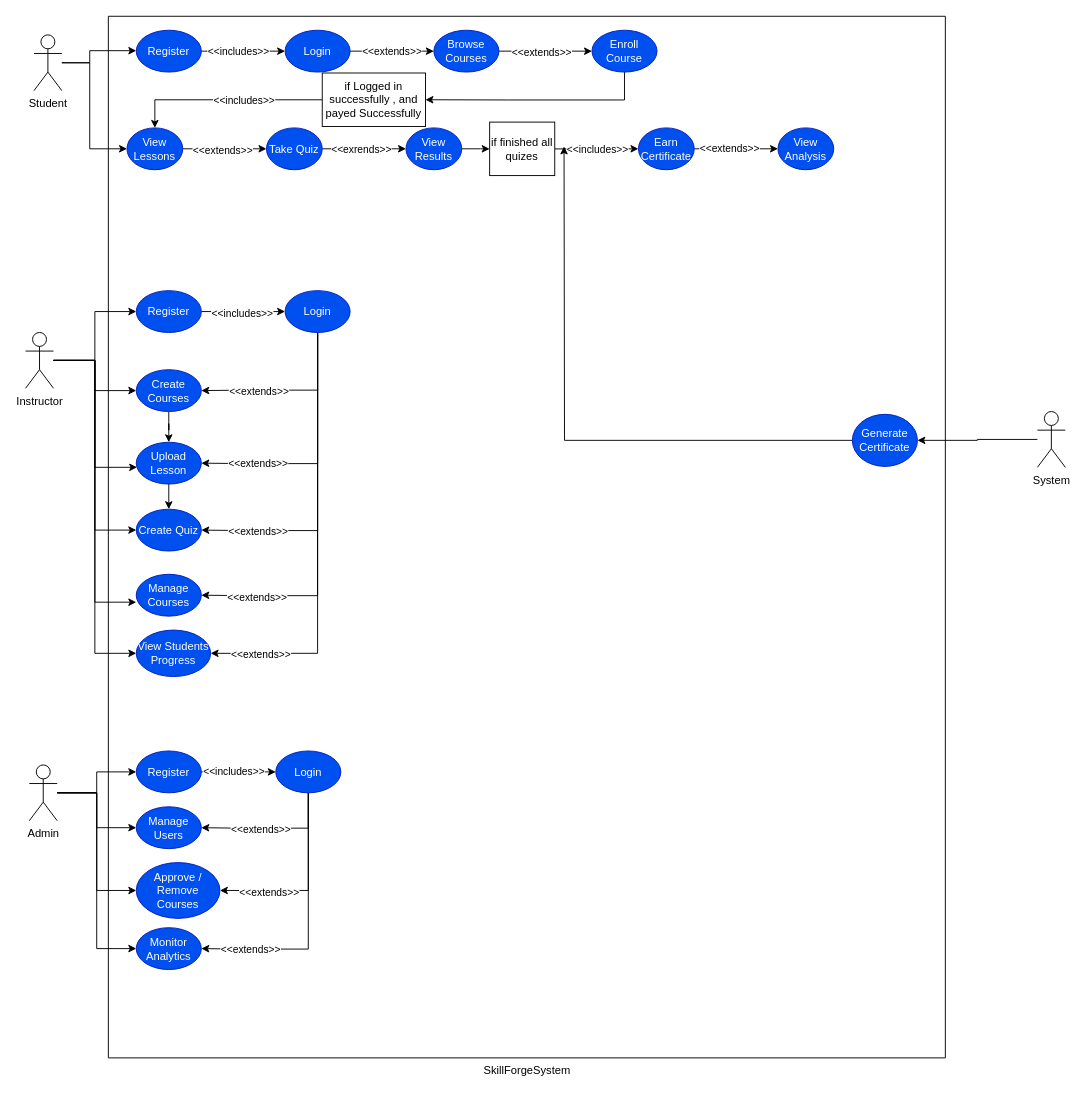
Before: UseCase_Diagram/UseCase.drawio in 23010477/Lab6_SkillForge, a draw.io diagram. Source tidied: cells renumbered, new cells numbered last; positions are measured from the earlier drawing's top-left corner, leaving out a move shared by most shapes. Both pictures are drawn from the tidied source at 93%, with x=0, y=0 at pixel (25, 16).
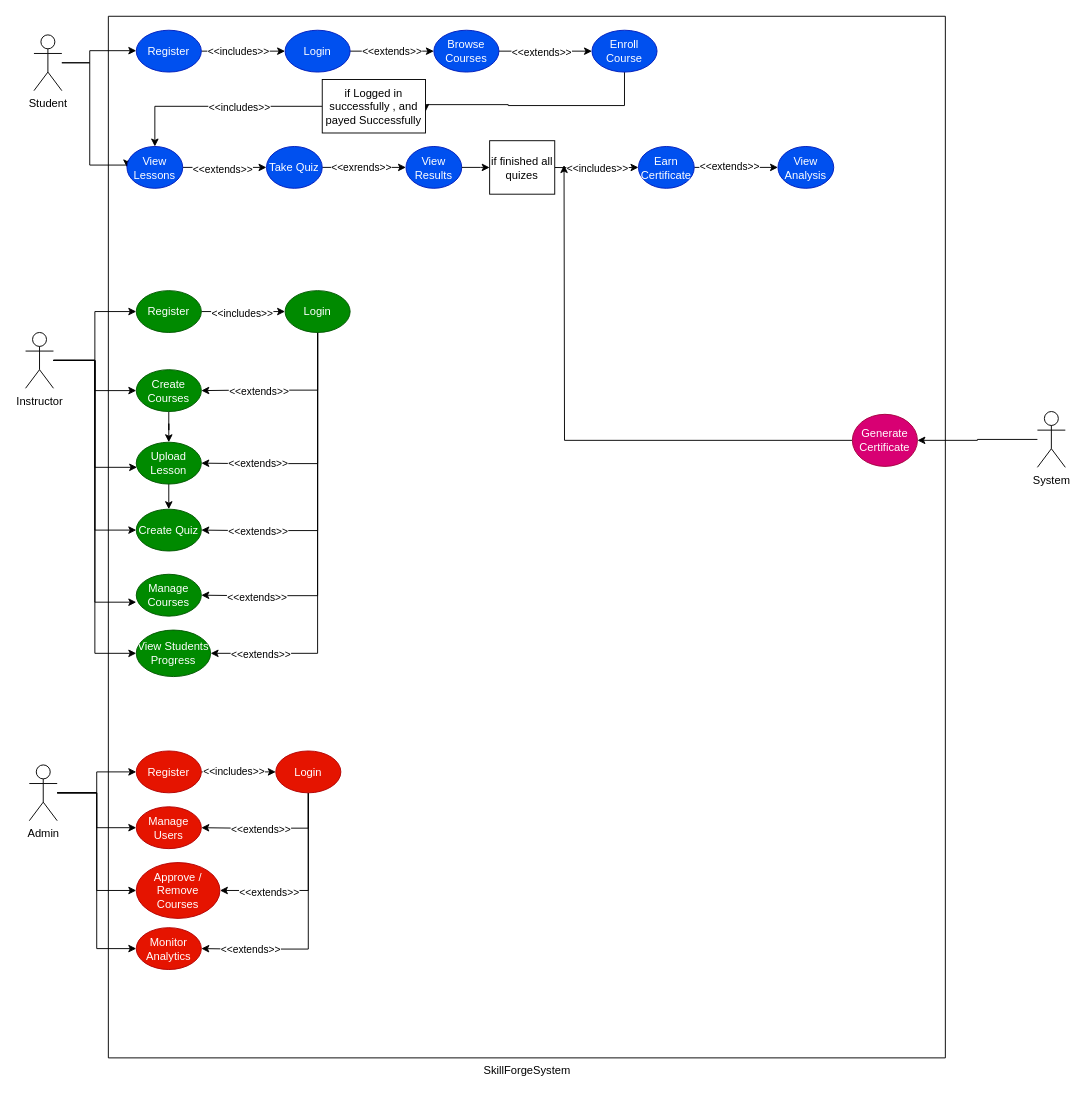
Above is the later version.

The change refers to these unchanged cells:
```xml
<mxCell id="5" value="Student" style="shape=umlActor;verticalLabelPosition=bottom;verticalAlign=top;html=1;" parent="1" vertex="1">
  <mxGeometry x="9" y="20" width="30" height="60" as="geometry" />
</mxCell>
<mxCell id="28" value="Enroll Course" style="ellipse;whiteSpace=wrap;html=1;fillColor=#0050ef;fontColor=#ffffff;strokeColor=#001DBC;" parent="1" vertex="1">
  <mxGeometry x="609" y="15" width="70" height="45" as="geometry" />
</mxCell>
```

Change to the diagram source:
```diff
@@
     <mxCell id="4" style="edgeStyle=orthogonalEdgeStyle;rounded=0;jettySize=auto;html=1;entryX=0;entryY=0.5;entryDx=0;entryDy=0;" parent="1" edge="1" source="5" target="31">
       <mxGeometry relative="1" as="geometry">
         <Array as="points">
           <mxPoint x="69" y="50" />
-          <mxPoint x="69" y="143" />
+          <mxPoint x="69" y="160" />
+          <mxPoint x="109" y="160" />
         </Array>
       </mxGeometry>
     </mxCell>
@@
-    <mxCell id="27" style="edgeStyle=orthogonalEdgeStyle;rounded=0;jettySize=auto;html=1;entryX=1;entryY=0.5;entryDx=0;entryDy=0;" parent="1" edge="1" source="28" target="46">
+    <mxCell id="27" style="edgeStyle=orthogonalEdgeStyle;rounded=0;jettySize=auto;html=1;entryX=1;entryY=0.5;entryDx=0;entryDy=0;exitX=0.5;exitY=1;exitDx=0;exitDy=0;" parent="1" edge="1" source="28">
       <mxGeometry relative="1" as="geometry">
+        <mxPoint x="430" y="102.8" as="targetPoint" />
         <Array as="points">
-          <mxPoint x="644" y="90" />
-          <mxPoint x="519" y="90" />
-          <mxPoint x="519" y="89" />
+          <mxPoint x="644" y="96" />
+          <mxPoint x="519" y="96" />
+          <mxPoint x="430" y="95" />
         </Array>
       </mxGeometry>
     </mxCell>
@@
     <mxCell id="31" value="View Lessons" style="ellipse;whiteSpace=wrap;html=1;fillColor=#0050ef;fontColor=#ffffff;strokeColor=#001DBC;" parent="1" vertex="1">
-      <mxGeometry x="109" y="120" width="60" height="45" as="geometry" />
+      <mxGeometry x="109" y="140" width="60" height="45" as="geometry" />
     </mxCell>
@@
     <mxCell id="34" value="Take Quiz" style="ellipse;whiteSpace=wrap;html=1;fillColor=#0050ef;fontColor=#ffffff;strokeColor=#001DBC;" parent="1" vertex="1">
-      <mxGeometry x="259" y="120" width="60" height="45" as="geometry" />
+      <mxGeometry x="259" y="140" width="60" height="45" as="geometry" />
     </mxCell>
-    <mxCell id="35" style="edgeStyle=orthogonalEdgeStyle;rounded=0;jettySize=auto;html=1;" parent="1" edge="1" source="42" target="40">
-      <mxGeometry relative="1" as="geometry" />
+    <mxCell id="35" style="edgeStyle=orthogonalEdgeStyle;rounded=0;jettySize=auto;html=1;" parent="1" edge="1" target="40">
+      <mxGeometry relative="1" as="geometry">
+        <mxPoint x="569" y="162.6" as="sourcePoint" />
+      </mxGeometry>
     </mxCell>
@@
     <mxCell id="37" value="View Results" style="ellipse;whiteSpace=wrap;html=1;fillColor=#0050ef;fontColor=#ffffff;strokeColor=#001DBC;" parent="1" vertex="1">
-      <mxGeometry x="409" y="120" width="60" height="45" as="geometry" />
+      <mxGeometry x="409" y="140" width="60" height="45" as="geometry" />
     </mxCell>
@@
     <mxCell id="40" value="Earn Certificate" style="ellipse;whiteSpace=wrap;html=1;fillColor=#0050ef;fontColor=#ffffff;strokeColor=#001DBC;" parent="1" vertex="1">
-      <mxGeometry x="659" y="120" width="60" height="45" as="geometry" />
+      <mxGeometry x="659" y="140" width="60" height="45" as="geometry" />
     </mxCell>
-    <mxCell id="41" style="edgeStyle=orthogonalEdgeStyle;rounded=0;jettySize=auto;html=1;" parent="1" edge="1" source="37" target="42">
-      <mxGeometry relative="1" as="geometry" />
+    <mxCell id="41" style="edgeStyle=orthogonalEdgeStyle;rounded=0;jettySize=auto;html=1;" parent="1" edge="1" source="37">
+      <mxGeometry relative="1" as="geometry">
+        <mxPoint x="499" y="162.6" as="targetPoint" />
+      </mxGeometry>
     </mxCell>
     <mxCell id="42" value="if finished all quizes" style="rounded=0;whiteSpace=wrap;html=1;" parent="1" vertex="1">
-      <mxGeometry x="499" y="113.8" width="70" height="57.5" as="geometry" />
+      <mxGeometry x="499" y="133.8" width="70" height="57.5" as="geometry" />
     </mxCell>
     <mxCell id="43" value="View Analysis" style="ellipse;whiteSpace=wrap;html=1;fillColor=#0050ef;fontColor=#ffffff;strokeColor=#001DBC;" parent="1" vertex="1">
-      <mxGeometry x="809" y="120" width="60" height="45" as="geometry" />
+      <mxGeometry x="809" y="140" width="60" height="45" as="geometry" />
     </mxCell>
@@
     <mxCell id="46" value="if Logged in successfully , and payed Successfully" style="rounded=0;whiteSpace=wrap;html=1;" parent="1" vertex="1">
-      <mxGeometry x="319" y="61" width="111" height="57.5" as="geometry" />
+      <mxGeometry x="319" y="68" width="111" height="57.5" as="geometry" />
     </mxCell>
@@
-    <mxCell id="49" value="Register" style="ellipse;whiteSpace=wrap;html=1;fillColor=#0050ef;fontColor=#ffffff;strokeColor=#001DBC;" parent="1" vertex="1">
+    <mxCell id="49" value="Register" style="ellipse;whiteSpace=wrap;html=1;fillColor=#008a00;fontColor=#ffffff;strokeColor=#005700;" parent="1" vertex="1">
       <mxGeometry x="119" y="295" width="70" height="45" as="geometry" />
     </mxCell>
@@
-    <mxCell id="60" value="Login" style="ellipse;whiteSpace=wrap;html=1;fillColor=#0050ef;fontColor=#ffffff;strokeColor=#001DBC;shadow=0;" parent="1" vertex="1">
+    <mxCell id="60" value="Login" style="ellipse;whiteSpace=wrap;html=1;fillColor=#008a00;fontColor=#ffffff;strokeColor=#005700;shadow=0;" parent="1" vertex="1">
       <mxGeometry x="279" y="295" width="70" height="45" as="geometry" />
     </mxCell>
@@
-    <mxCell id="62" value="Create Courses" style="ellipse;whiteSpace=wrap;html=1;fillColor=#0050ef;fontColor=#ffffff;strokeColor=#001DBC;shadow=0;" parent="1" vertex="1">
+    <mxCell id="62" value="Create Courses" style="ellipse;whiteSpace=wrap;html=1;fillColor=#008a00;fontColor=#ffffff;strokeColor=#005700;shadow=0;" parent="1" vertex="1">
       <mxGeometry x="119" y="380" width="70" height="45" as="geometry" />
     </mxCell>
@@
-    <mxCell id="64" value="Upload Lesson" style="ellipse;whiteSpace=wrap;html=1;fillColor=#0050ef;fontColor=#ffffff;strokeColor=#001DBC;shadow=0;" parent="1" vertex="1">
+    <mxCell id="64" value="Upload Lesson" style="ellipse;whiteSpace=wrap;html=1;fillColor=#008a00;fontColor=#ffffff;strokeColor=#005700;shadow=0;" parent="1" vertex="1">
       <mxGeometry x="119" y="458" width="70" height="45" as="geometry" />
     </mxCell>
@@
-    <mxCell id="66" value="Create Quiz" style="ellipse;whiteSpace=wrap;html=1;fillColor=#0050ef;fontColor=#ffffff;strokeColor=#001DBC;shadow=0;" parent="1" vertex="1">
+    <mxCell id="66" value="Create Quiz" style="ellipse;whiteSpace=wrap;html=1;fillColor=#008a00;fontColor=#ffffff;strokeColor=#005700;shadow=0;" parent="1" vertex="1">
       <mxGeometry x="119" y="530" width="70" height="45" as="geometry" />
     </mxCell>
-    <mxCell id="67" value="Manage Courses" style="ellipse;whiteSpace=wrap;html=1;fillColor=#0050ef;fontColor=#ffffff;strokeColor=#001DBC;shadow=0;" parent="1" vertex="1">
+    <mxCell id="67" value="Manage Courses" style="ellipse;whiteSpace=wrap;html=1;fillColor=#008a00;fontColor=#ffffff;strokeColor=#005700;shadow=0;" parent="1" vertex="1">
       <mxGeometry x="119" y="600" width="70" height="45" as="geometry" />
     </mxCell>
@@
-    <mxCell id="69" value="View Students Progress" style="ellipse;whiteSpace=wrap;html=1;fillColor=#0050ef;fontColor=#ffffff;strokeColor=#001DBC;shadow=0;" parent="1" vertex="1">
+    <mxCell id="69" value="View Students Progress" style="ellipse;whiteSpace=wrap;html=1;fillColor=#008a00;fontColor=#ffffff;strokeColor=#005700;shadow=0;" parent="1" vertex="1">
       <mxGeometry x="119" y="660" width="80" height="50" as="geometry" />
     </mxCell>
@@
-    <mxCell id="72" value="Register" style="ellipse;whiteSpace=wrap;html=1;fillColor=#0050ef;fontColor=#ffffff;strokeColor=#001DBC;" parent="1" vertex="1">
+    <mxCell id="72" value="Register" style="ellipse;whiteSpace=wrap;html=1;fillColor=#e51400;fontColor=#ffffff;strokeColor=#B20000;" parent="1" vertex="1">
       <mxGeometry x="119" y="790" width="70" height="45" as="geometry" />
     </mxCell>
@@
-    <mxCell id="79" value="Login" style="ellipse;whiteSpace=wrap;html=1;fillColor=#0050ef;fontColor=#ffffff;strokeColor=#001DBC;shadow=0;" parent="1" vertex="1">
+    <mxCell id="79" value="Login" style="ellipse;whiteSpace=wrap;html=1;fillColor=#e51400;fontColor=#ffffff;strokeColor=#B20000;shadow=0;" parent="1" vertex="1">
       <mxGeometry x="269" y="790" width="70" height="45" as="geometry" />
     </mxCell>
-    <mxCell id="80" value="Manage Users" style="ellipse;whiteSpace=wrap;html=1;fillColor=#0050ef;fontColor=#ffffff;strokeColor=#001DBC;" parent="1" vertex="1">
+    <mxCell id="80" value="Manage Users" style="ellipse;whiteSpace=wrap;html=1;fillColor=#e51400;fontColor=#ffffff;strokeColor=#B20000;" parent="1" vertex="1">
       <mxGeometry x="119" y="850" width="70" height="45" as="geometry" />
     </mxCell>
-    <mxCell id="81" value="Approve / Remove Courses" style="ellipse;whiteSpace=wrap;html=1;fillColor=#0050ef;fontColor=#ffffff;strokeColor=#001DBC;" parent="1" vertex="1">
+    <mxCell id="81" value="Approve / Remove Courses" style="ellipse;whiteSpace=wrap;html=1;fillColor=#e51400;fontColor=#ffffff;strokeColor=#B20000;" parent="1" vertex="1">
       <mxGeometry x="119" y="910" width="90" height="60" as="geometry" />
     </mxCell>
-    <mxCell id="82" value="Monitor Analytics" style="ellipse;whiteSpace=wrap;html=1;fillColor=#0050ef;fontColor=#ffffff;strokeColor=#001DBC;" parent="1" vertex="1">
+    <mxCell id="82" value="Monitor Analytics" style="ellipse;whiteSpace=wrap;html=1;fillColor=#e51400;fontColor=#ffffff;strokeColor=#B20000;" parent="1" vertex="1">
       <mxGeometry x="119" y="980" width="70" height="45" as="geometry" />
     </mxCell>
     <mxCell id="83" style="edgeStyle=orthogonalEdgeStyle;rounded=0;jettySize=auto;html=1;exitX=0;exitY=0.5;exitDx=0;exitDy=0;" parent="1" edge="1" source="84">
       <mxGeometry relative="1" as="geometry">
-        <mxPoint x="579" y="140" as="targetPoint" />
+        <mxPoint x="579" y="160" as="targetPoint" />
       </mxGeometry>
     </mxCell>
-    <mxCell id="84" value="Generate Certificate" style="ellipse;whiteSpace=wrap;html=1;fillColor=#0050ef;fontColor=#ffffff;strokeColor=#001DBC;" parent="1" vertex="1">
+    <mxCell id="84" value="Generate Certificate" style="ellipse;whiteSpace=wrap;html=1;fillColor=#d80073;fontColor=#ffffff;strokeColor=#A50040;" parent="1" vertex="1">
       <mxGeometry x="889" y="428" width="70" height="56" as="geometry" />
     </mxCell>
```
